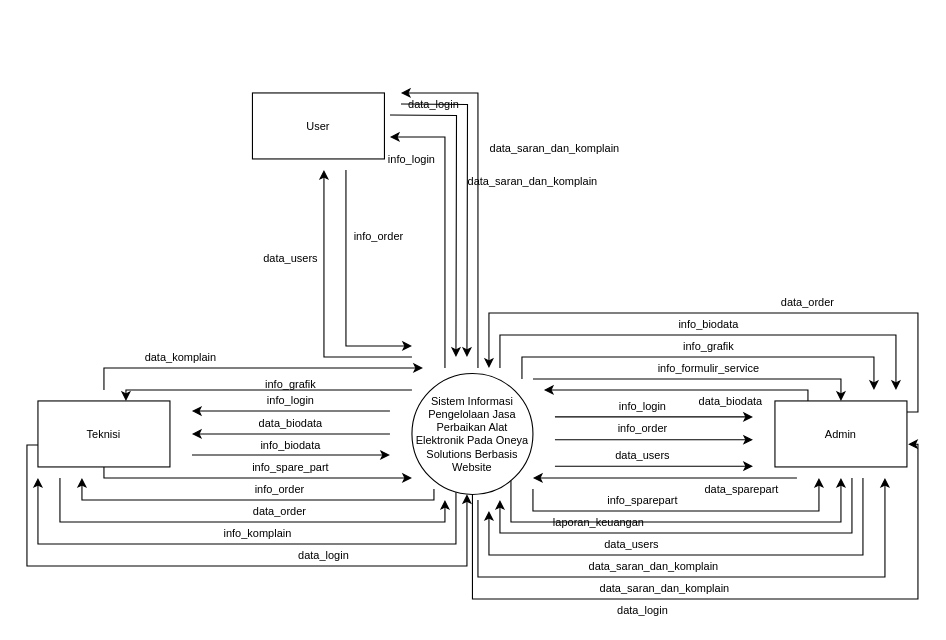
Before: Diagram Konteks.drawio in Naveigell/ta2, a draw.io diagram. Source tidied: cells renumbered, new cells numbered last; positions are measured from the earlier drawing's top-left corner, leaving out a move shared by most shapes. Both pictures are drawn from the tidied source at 110%, with x=0, y=0 at pixel (26, 92).
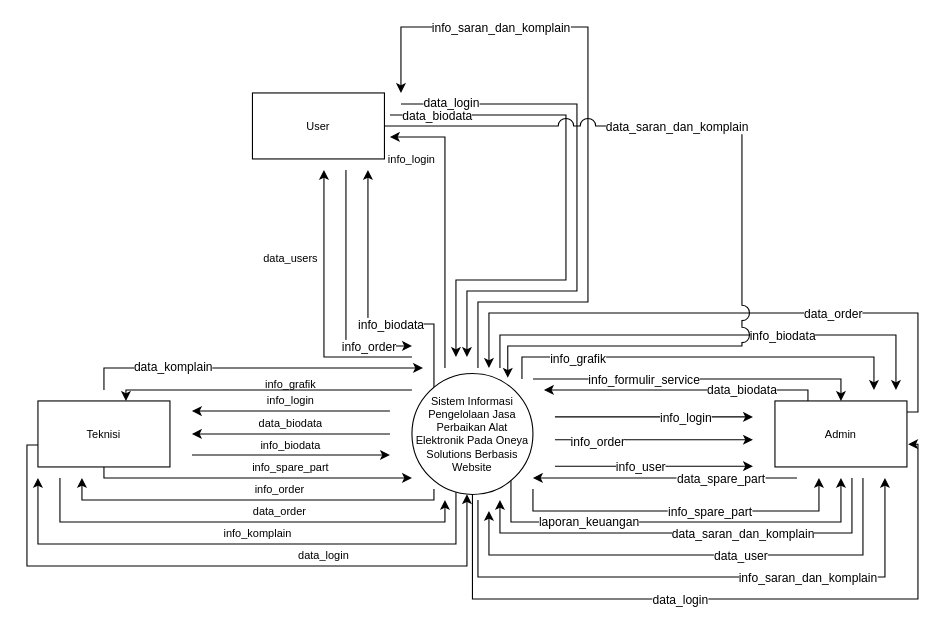
The same page after the edit.

Unchanged cells that the change refers to:
```xml
<mxCell id="3" style="edgeStyle=orthogonalEdgeStyle;rounded=0;orthogonalLoop=1;jettySize=auto;html=1;fontSize=10;" parent="1" edge="1">
  <mxGeometry relative="1" as="geometry">
    <mxPoint x="480" y="294.5" as="sourcePoint" />
    <mxPoint x="660" y="294.5" as="targetPoint" />
  </mxGeometry>
</mxCell>
<mxCell id="6" style="edgeStyle=orthogonalEdgeStyle;rounded=0;orthogonalLoop=1;jettySize=auto;html=1;fontSize=10;" parent="1" edge="1">
  <mxGeometry relative="1" as="geometry">
    <mxPoint x="480" y="315.3" as="sourcePoint" />
    <mxPoint x="660" y="315.3" as="targetPoint" />
  </mxGeometry>
</mxCell>
<mxCell id="7" style="edgeStyle=orthogonalEdgeStyle;rounded=0;orthogonalLoop=1;jettySize=auto;html=1;fontSize=10;" parent="1" edge="1">
  <mxGeometry relative="1" as="geometry">
    <mxPoint x="480" y="339.3" as="sourcePoint" />
    <mxPoint x="660" y="339.3" as="targetPoint" />
  </mxGeometry>
</mxCell>
<mxCell id="8" style="edgeStyle=orthogonalEdgeStyle;rounded=0;orthogonalLoop=1;jettySize=auto;html=1;fontSize=10;" parent="1" edge="1">
  <mxGeometry relative="1" as="geometry">
    <mxPoint x="460" y="360" as="sourcePoint" />
    <mxPoint x="720" y="350" as="targetPoint" />
    <Array as="points">
      <mxPoint x="460" y="380" />
      <mxPoint x="720" y="380" />
      <mxPoint x="720" y="350" />
    </Array>
  </mxGeometry>
</mxCell>
<mxCell id="9" style="edgeStyle=orthogonalEdgeStyle;rounded=0;orthogonalLoop=1;jettySize=auto;html=1;fontSize=10;" parent="1" edge="1">
  <mxGeometry relative="1" as="geometry">
    <mxPoint x="410" y="370" as="sourcePoint" />
    <mxPoint x="780" y="350" as="targetPoint" />
    <Array as="points">
      <mxPoint x="410" y="380" />
      <mxPoint x="410" y="440" />
      <mxPoint x="780" y="440" />
    </Array>
  </mxGeometry>
</mxCell>
<mxCell id="10" style="edgeStyle=orthogonalEdgeStyle;rounded=0;jettySize=auto;html=1;entryX=0.5;entryY=0;entryDx=0;entryDy=0;fontSize=10;" parent="1" edge="1" target="27">
  <mxGeometry relative="1" as="geometry">
    <mxPoint x="460" y="260" as="sourcePoint" />
    <Array as="points">
      <mxPoint x="740" y="260" />
    </Array>
  </mxGeometry>
</mxCell>
<mxCell id="11" style="edgeStyle=orthogonalEdgeStyle;rounded=0;orthogonalLoop=1;jettySize=auto;html=1;fontSize=10;" parent="1" edge="1">
  <mxGeometry relative="1" as="geometry">
    <mxPoint x="450" y="260" as="sourcePoint" />
    <mxPoint x="770" y="270" as="targetPoint" />
    <Array as="points">
      <mxPoint x="450" y="240" />
      <mxPoint x="770" y="240" />
    </Array>
  </mxGeometry>
</mxCell>
<mxCell id="12" style="edgeStyle=orthogonalEdgeStyle;rounded=0;orthogonalLoop=1;jettySize=auto;html=1;fontSize=10;" parent="1" edge="1">
  <mxGeometry relative="1" as="geometry">
    <mxPoint x="430" y="250" as="sourcePoint" />
    <mxPoint x="790" y="270" as="targetPoint" />
    <Array as="points">
      <mxPoint x="430" y="220" />
      <mxPoint x="790" y="220" />
    </Array>
  </mxGeometry>
</mxCell>
<mxCell id="13" style="edgeStyle=orthogonalEdgeStyle;rounded=0;jettySize=auto;html=1;fontSize=10;entryX=0.25;entryY=0;entryDx=0;entryDy=0;exitX=0.25;exitY=0;exitDx=0;exitDy=0;" parent="1" edge="1" source="27">
  <mxGeometry relative="1" as="geometry">
    <mxPoint x="470" y="270" as="targetPoint" />
    <Array as="points">
      <mxPoint x="710" y="270" />
    </Array>
  </mxGeometry>
</mxCell>
<mxCell id="15" style="edgeStyle=orthogonalEdgeStyle;rounded=0;orthogonalLoop=1;jettySize=auto;html=1;fontSize=10;" parent="1" edge="1">
  <mxGeometry relative="1" as="geometry">
    <mxPoint x="800" y="290" as="sourcePoint" />
    <mxPoint x="420" y="250" as="targetPoint" />
    <Array as="points">
      <mxPoint x="810" y="200" />
      <mxPoint x="420" y="200" />
    </Array>
  </mxGeometry>
</mxCell>
<mxCell id="20" style="edgeStyle=orthogonalEdgeStyle;rounded=0;jettySize=auto;html=1;fontSize=10;entryX=1.009;entryY=0.655;entryDx=0;entryDy=0;entryPerimeter=0;" parent="1" edge="1" source="23" target="27">
  <mxGeometry relative="1" as="geometry">
    <Array as="points">
      <mxPoint x="405" y="460" />
      <mxPoint x="810" y="460" />
      <mxPoint x="810" y="319" />
    </Array>
  </mxGeometry>
</mxCell>
<mxCell id="22" style="edgeStyle=orthogonalEdgeStyle;rounded=0;jettySize=auto;html=1;" parent="1" edge="1" source="23">
  <mxGeometry relative="1" as="geometry">
    <mxPoint x="740" y="350" as="targetPoint" />
    <Array as="points">
      <mxPoint x="440" y="390" />
      <mxPoint x="740" y="390" />
    </Array>
  </mxGeometry>
</mxCell>
<mxCell id="23" value="Sistem Informasi Pengelolaan Jasa Perbaikan Alat Elektronik Pada Oneya Solutions Berbasis Website" style="ellipse;whiteSpace=wrap;html=1;fontSize=10;" parent="1" vertex="1">
  <mxGeometry x="350" y="255" width="110" height="110" as="geometry" />
</mxCell>
<mxCell id="24" style="edgeStyle=orthogonalEdgeStyle;rounded=0;orthogonalLoop=1;jettySize=auto;html=1;fontSize=10;" parent="1" edge="1">
  <mxGeometry relative="1" as="geometry">
    <mxPoint x="750" y="350" as="sourcePoint" />
    <mxPoint x="430" y="370" as="targetPoint" />
    <Array as="points">
      <mxPoint x="750" y="400" />
      <mxPoint x="430" y="400" />
    </Array>
  </mxGeometry>
</mxCell>
<mxCell id="25" style="edgeStyle=orthogonalEdgeStyle;rounded=0;orthogonalLoop=1;jettySize=auto;html=1;fontSize=10;" parent="1" edge="1">
  <mxGeometry relative="1" as="geometry">
    <mxPoint x="700" y="350" as="sourcePoint" />
    <mxPoint x="460" y="350" as="targetPoint" />
    <Array as="points">
      <mxPoint x="510" y="350" />
      <mxPoint x="510" y="350" />
    </Array>
  </mxGeometry>
</mxCell>
<mxCell id="26" style="edgeStyle=orthogonalEdgeStyle;rounded=0;orthogonalLoop=1;jettySize=auto;html=1;fontSize=10;" parent="1" edge="1">
  <mxGeometry relative="1" as="geometry">
    <mxPoint x="760" y="350" as="sourcePoint" />
    <mxPoint x="420" y="380" as="targetPoint" />
    <Array as="points">
      <mxPoint x="760" y="420" />
      <mxPoint x="420" y="420" />
    </Array>
  </mxGeometry>
</mxCell>
<mxCell id="31" style="edgeStyle=orthogonalEdgeStyle;rounded=0;orthogonalLoop=1;jettySize=auto;html=1;fontSize=10;" parent="1" edge="1">
  <mxGeometry relative="1" as="geometry">
    <mxPoint x="70" y="270" as="sourcePoint" />
    <mxPoint x="360" y="250" as="targetPoint" />
    <Array as="points">
      <mxPoint x="70" y="250" />
    </Array>
  </mxGeometry>
</mxCell>
<mxCell id="33" style="edgeStyle=orthogonalEdgeStyle;rounded=0;orthogonalLoop=1;jettySize=auto;html=1;fontSize=10;" parent="1" edge="1">
  <mxGeometry relative="1" as="geometry">
    <mxPoint x="290" y="70" as="sourcePoint" />
    <mxPoint x="350" y="230" as="targetPoint" />
    <Array as="points">
      <mxPoint x="290" y="70" />
      <mxPoint x="290" y="230" />
    </Array>
  </mxGeometry>
</mxCell>
<mxCell id="35" value="User" style="rounded=0;whiteSpace=wrap;html=1;fontSize=10;" parent="1" vertex="1">
  <mxGeometry x="205" width="120" height="60" as="geometry" />
</mxCell>
```

Change to the diagram source:
```diff
@@
+    <mxCell id="36" value="info_login" style="edgeLabel;html=1;align=center;verticalAlign=middle;" parent="3" vertex="1">
+      <mxGeometry x="0.31" y="-1" relative="1" as="geometry" />
+    </mxCell>
     <mxCell id="4" style="edgeStyle=orthogonalEdgeStyle;rounded=0;orthogonalLoop=1;jettySize=auto;html=1;fontSize=10;" parent="1" edge="1">
       <mxGeometry relative="1" as="geometry">
         <mxPoint x="410" y="250" as="sourcePoint" />
         <mxPoint x="340" as="targetPoint" />
         <Array as="points">
-          <mxPoint x="410" y="240" />
-          <mxPoint x="410" />
+          <mxPoint x="410" y="190" />
+          <mxPoint x="510" y="190" />
+          <mxPoint x="510" y="-60" />
+          <mxPoint x="340" y="-60" />
         </Array>
       </mxGeometry>
     </mxCell>
+    <mxCell id="68" value="info_saran_dan_komplain" style="edgeLabel;html=1;align=center;verticalAlign=middle;" parent="4" vertex="1">
+      <mxGeometry x="0.65" relative="1" as="geometry">
+        <mxPoint x="38" as="offset" />
+      </mxGeometry>
+    </mxCell>
     <mxCell id="5" style="edgeStyle=orthogonalEdgeStyle;rounded=0;orthogonalLoop=1;jettySize=auto;html=1;fontSize=10;" parent="1" edge="1">
       <mxGeometry relative="1" as="geometry">
         <mxPoint x="330" y="20" as="sourcePoint" />
         <mxPoint x="390" y="240" as="targetPoint" />
+        <Array as="points">
+          <mxPoint x="490" y="20" />
+          <mxPoint x="490" y="170" />
+          <mxPoint x="390" y="170" />
+        </Array>
       </mxGeometry>
     </mxCell>
+    <mxCell id="69" value="data_biodata" style="edgeLabel;html=1;align=center;verticalAlign=middle;" parent="5" vertex="1">
+      <mxGeometry x="-0.88" relative="1" as="geometry">
+        <mxPoint x="13" as="offset" />
+      </mxGeometry>
+    </mxCell>
@@
+    <mxCell id="70" value="info_order" style="edgeLabel;html=1;align=center;verticalAlign=middle;" parent="6" vertex="1">
+      <mxGeometry x="-0.58" y="-1" relative="1" as="geometry" />
+    </mxCell>
@@
+    <mxCell id="71" value="info_user" style="edgeLabel;html=1;align=center;verticalAlign=middle;" parent="7" vertex="1">
+      <mxGeometry x="-0.15" relative="1" as="geometry" />
+    </mxCell>
@@
+    <mxCell id="72" value="info_spare_part" style="edgeLabel;html=1;align=center;verticalAlign=middle;" parent="8" vertex="1">
+      <mxGeometry x="0.16" relative="1" as="geometry" />
+    </mxCell>
@@
+    <mxCell id="73" value="info_saran_dan_komplain" style="edgeLabel;html=1;align=center;verticalAlign=middle;" parent="9" vertex="1">
+      <mxGeometry x="-0.55" y="3" relative="1" as="geometry">
+        <mxPoint x="250" y="3" as="offset" />
+      </mxGeometry>
+    </mxCell>
@@
+    <mxCell id="47" value="info_formulir_service" style="edgeLabel;html=1;align=center;verticalAlign=middle;" parent="10" vertex="1">
+      <mxGeometry x="-0.33" relative="1" as="geometry" />
+    </mxCell>
@@
+    <mxCell id="48" value="info_grafik" style="edgeLabel;html=1;align=center;verticalAlign=middle;" parent="11" vertex="1">
+      <mxGeometry x="-0.62" y="-1" relative="1" as="geometry" />
+    </mxCell>
@@
+    <mxCell id="74" value="info_biodata" style="edgeLabel;html=1;align=center;verticalAlign=middle;" parent="12" vertex="1">
+      <mxGeometry x="0.3" relative="1" as="geometry" />
+    </mxCell>
@@
+    <mxCell id="75" value="data_biodata" style="edgeLabel;html=1;align=center;verticalAlign=middle;" parent="13" vertex="1">
+      <mxGeometry x="-0.01" y="1" relative="1" as="geometry">
+        <mxPoint x="53" y="-2" as="offset" />
+      </mxGeometry>
+    </mxCell>
@@
+    <mxCell id="54" value="data_order" style="edgeLabel;html=1;align=center;verticalAlign=middle;" parent="15" vertex="1">
+      <mxGeometry x="-0.34" relative="1" as="geometry" />
+    </mxCell>
@@
+    <mxCell id="76" value="data_login" style="edgeLabel;html=1;align=center;verticalAlign=middle;" parent="20" vertex="1">
+      <mxGeometry x="-0.13" relative="1" as="geometry" />
+    </mxCell>
@@
+    <mxCell id="67" value="laporan_keuangan" style="edgeLabel;html=1;align=center;verticalAlign=middle;" parent="22" vertex="1">
+      <mxGeometry x="-0.43" y="1" relative="1" as="geometry" />
+    </mxCell>
+    <mxCell id="77" style="edgeStyle=orthogonalEdgeStyle;rounded=0;jettySize=auto;html=1;" parent="1" edge="1" source="23">
+      <mxGeometry relative="1" as="geometry">
+        <mxPoint x="310" y="70" as="targetPoint" />
+        <Array as="points">
+          <mxPoint x="370" y="210" />
+          <mxPoint x="310" y="210" />
+        </Array>
+      </mxGeometry>
+    </mxCell>
+    <mxCell id="78" value="info_biodata" style="edgeLabel;html=1;align=center;verticalAlign=middle;" parent="77" vertex="1">
+      <mxGeometry x="-0.25" relative="1" as="geometry" />
+    </mxCell>
@@
+    <mxCell id="79" value="data_saran_dan_komplain" style="edgeLabel;html=1;align=center;verticalAlign=middle;" parent="24" vertex="1">
+      <mxGeometry x="-0.08" y="-2" relative="1" as="geometry">
+        <mxPoint x="34" y="2" as="offset" />
+      </mxGeometry>
+    </mxCell>
@@
+    <mxCell id="80" value="data_spare_part" style="edgeLabel;html=1;align=center;verticalAlign=middle;" parent="25" vertex="1">
+      <mxGeometry x="-0.08" y="1" relative="1" as="geometry">
+        <mxPoint x="40" y="-1" as="offset" />
+      </mxGeometry>
+    </mxCell>
@@
+    <mxCell id="81" value="data_user" style="edgeLabel;html=1;align=center;verticalAlign=middle;" parent="26" vertex="1">
+      <mxGeometry x="-0.19" relative="1" as="geometry" />
+    </mxCell>
@@
+    <mxCell id="59" value="data_komplain" style="edgeLabel;html=1;align=center;verticalAlign=middle;" parent="31" vertex="1">
+      <mxGeometry x="-0.47" y="2" relative="1" as="geometry" />
+    </mxCell>
@@
+    <mxCell id="82" value="info_order" style="edgeLabel;html=1;align=center;verticalAlign=middle;" parent="33" vertex="1">
+      <mxGeometry x="0.61" y="-2" relative="1" as="geometry">
+        <mxPoint x="3" y="-2" as="offset" />
+      </mxGeometry>
+    </mxCell>
@@
+    <mxCell id="83" style="edgeStyle=orthogonalEdgeStyle;rounded=0;jettySize=auto;html=1;entryX=0.792;entryY=0.036;entryDx=0;entryDy=0;entryPerimeter=0;jumpStyle=arc;jumpSize=14;" parent="1" edge="1" source="35" target="23">
+      <mxGeometry relative="1" as="geometry">
+        <Array as="points">
+          <mxPoint x="650" y="30" />
+          <mxPoint x="650" y="230" />
+          <mxPoint x="437" y="230" />
+        </Array>
+      </mxGeometry>
+    </mxCell>
+    <mxCell id="84" value="data_saran_dan_komplain" style="edgeLabel;html=1;align=center;verticalAlign=middle;" parent="83" vertex="1">
+      <mxGeometry x="-0.45" y="1" relative="1" as="geometry">
+        <mxPoint x="54" y="1" as="offset" />
+      </mxGeometry>
+    </mxCell>
@@
-    <mxCell id="36" value="info_login" style="text;html=1;strokeColor=none;fillColor=none;align=center;verticalAlign=middle;whiteSpace=wrap;rounded=0;fontSize=10;" parent="1" vertex="1">
-      <mxGeometry x="540" y="274.5" width="40" height="20" as="geometry" />
-    </mxCell>
@@
-    <mxCell id="38" value="data_saran_dan_komplain" style="text;html=1;strokeColor=none;fillColor=none;align=center;verticalAlign=middle;whiteSpace=wrap;rounded=0;fontSize=10;" parent="1" vertex="1">
-      <mxGeometry x="460" y="40" width="40" height="20" as="geometry" />
-    </mxCell>
@@
-    <mxCell id="40" value="info_order" style="text;html=1;strokeColor=none;fillColor=none;align=center;verticalAlign=middle;whiteSpace=wrap;rounded=0;fontSize=10;" parent="1" vertex="1">
-      <mxGeometry x="540" y="295.3" width="40" height="20" as="geometry" />
-    </mxCell>
-    <mxCell id="41" value="data_users" style="text;html=1;strokeColor=none;fillColor=none;align=center;verticalAlign=middle;whiteSpace=wrap;rounded=0;fontSize=10;" parent="1" vertex="1">
-      <mxGeometry x="540" y="319.3" width="40" height="20" as="geometry" />
-    </mxCell>
-    <mxCell id="42" value="data_users" style="text;html=1;strokeColor=none;fillColor=none;align=center;verticalAlign=middle;whiteSpace=wrap;rounded=0;fontSize=10;" parent="1" vertex="1">
-      <mxGeometry x="530" y="400" width="40" height="20" as="geometry" />
-    </mxCell>
-    <mxCell id="43" value="info_sparepart" style="text;html=1;strokeColor=none;fillColor=none;align=center;verticalAlign=middle;whiteSpace=wrap;rounded=0;fontSize=10;" parent="1" vertex="1">
-      <mxGeometry x="540" y="360" width="40" height="20" as="geometry" />
-    </mxCell>
-    <mxCell id="44" value="data_sparepart" style="text;html=1;strokeColor=none;fillColor=none;align=center;verticalAlign=middle;whiteSpace=wrap;rounded=0;fontSize=10;" parent="1" vertex="1">
-      <mxGeometry x="630" y="350" width="40" height="20" as="geometry" />
-    </mxCell>
-    <mxCell id="45" value="data_saran_dan_komplain" style="text;html=1;strokeColor=none;fillColor=none;align=center;verticalAlign=middle;whiteSpace=wrap;rounded=0;fontSize=10;" parent="1" vertex="1">
-      <mxGeometry x="550" y="420" width="40" height="20" as="geometry" />
-    </mxCell>
-    <mxCell id="46" value="data_saran_dan_komplain" style="text;html=1;strokeColor=none;fillColor=none;align=center;verticalAlign=middle;whiteSpace=wrap;rounded=0;fontSize=10;" parent="1" vertex="1">
-      <mxGeometry x="560" y="440" width="40" height="20" as="geometry" />
-    </mxCell>
-    <mxCell id="47" value="info_formulir_service" style="text;html=1;strokeColor=none;fillColor=none;align=center;verticalAlign=middle;whiteSpace=wrap;rounded=0;fontSize=10;" parent="1" vertex="1">
-      <mxGeometry x="600" y="240" width="40" height="20" as="geometry" />
-    </mxCell>
-    <mxCell id="48" value="info_grafik" style="text;html=1;strokeColor=none;fillColor=none;align=center;verticalAlign=middle;whiteSpace=wrap;rounded=0;fontSize=10;" parent="1" vertex="1">
-      <mxGeometry x="600" y="220" width="40" height="20" as="geometry" />
-    </mxCell>
-    <mxCell id="49" value="info_biodata" style="text;html=1;strokeColor=none;fillColor=none;align=center;verticalAlign=middle;whiteSpace=wrap;rounded=0;fontSize=10;" parent="1" vertex="1">
-      <mxGeometry x="600" y="200" width="40" height="20" as="geometry" />
-    </mxCell>
-    <mxCell id="50" value="data_biodata" style="text;html=1;strokeColor=none;fillColor=none;align=center;verticalAlign=middle;whiteSpace=wrap;rounded=0;fontSize=10;" parent="1" vertex="1">
-      <mxGeometry x="620" y="270" width="40" height="20" as="geometry" />
-    </mxCell>
@@
-    <mxCell id="54" value="data_order" style="text;html=1;strokeColor=none;fillColor=none;align=center;verticalAlign=middle;whiteSpace=wrap;rounded=0;fontSize=10;" parent="1" vertex="1">
-      <mxGeometry x="690" y="180" width="40" height="20" as="geometry" />
-    </mxCell>
@@
-    <mxCell id="59" value="data_komplain" style="text;html=1;strokeColor=none;fillColor=none;align=center;verticalAlign=middle;whiteSpace=wrap;rounded=0;fontSize=10;" parent="1" vertex="1">
-      <mxGeometry x="120" y="230" width="40" height="20" as="geometry" />
-    </mxCell>
-    <mxCell id="60" value="data_saran_dan_komplain" style="text;html=1;strokeColor=none;fillColor=none;align=center;verticalAlign=middle;whiteSpace=wrap;rounded=0;fontSize=10;" parent="1" vertex="1">
-      <mxGeometry x="440" y="70" width="40" height="20" as="geometry" />
-    </mxCell>
-    <mxCell id="61" value="info_order" style="text;html=1;strokeColor=none;fillColor=none;align=center;verticalAlign=middle;whiteSpace=wrap;rounded=0;fontSize=10;" parent="1" vertex="1">
-      <mxGeometry x="300" y="120" width="40" height="20" as="geometry" />
-    </mxCell>
@@
-    <mxCell id="63" value="data_login" style="text;html=1;strokeColor=none;fillColor=none;align=center;verticalAlign=middle;whiteSpace=wrap;rounded=0;fontSize=10;" parent="1" vertex="1">
-      <mxGeometry x="540" y="460" width="40" height="20" as="geometry" />
-    </mxCell>
@@
     <mxCell id="65" style="edgeStyle=orthogonalEdgeStyle;rounded=0;orthogonalLoop=1;jettySize=auto;html=1;fontSize=10;" parent="1" edge="1">
       <mxGeometry relative="1" as="geometry">
         <mxPoint x="340" y="10" as="sourcePoint" />
         <mxPoint x="400" y="240" as="targetPoint" />
+        <Array as="points">
+          <mxPoint x="500" y="10" />
+          <mxPoint x="500" y="180" />
+          <mxPoint x="400" y="180" />
+        </Array>
       </mxGeometry>
     </mxCell>
-    <mxCell id="66" value="data_login" style="text;html=1;strokeColor=none;fillColor=none;align=center;verticalAlign=middle;whiteSpace=wrap;rounded=0;fontSize=10;" parent="1" vertex="1">
-      <mxGeometry x="350" width="40" height="20" as="geometry" />
-    </mxCell>
-    <mxCell id="67" value="laporan_keuangan" style="text;html=1;strokeColor=none;fillColor=none;align=center;verticalAlign=middle;whiteSpace=wrap;rounded=0;fontSize=10;" parent="1" vertex="1">
-      <mxGeometry x="500" y="380" width="40" height="20" as="geometry" />
-    </mxCell>
+    <mxCell id="85" value="data_login" style="edgeLabel;html=1;align=center;verticalAlign=middle;" parent="65" vertex="1">
+      <mxGeometry x="-0.86" y="2" relative="1" as="geometry">
+        <mxPoint x="11" as="offset" />
+      </mxGeometry>
+    </mxCell>
```
